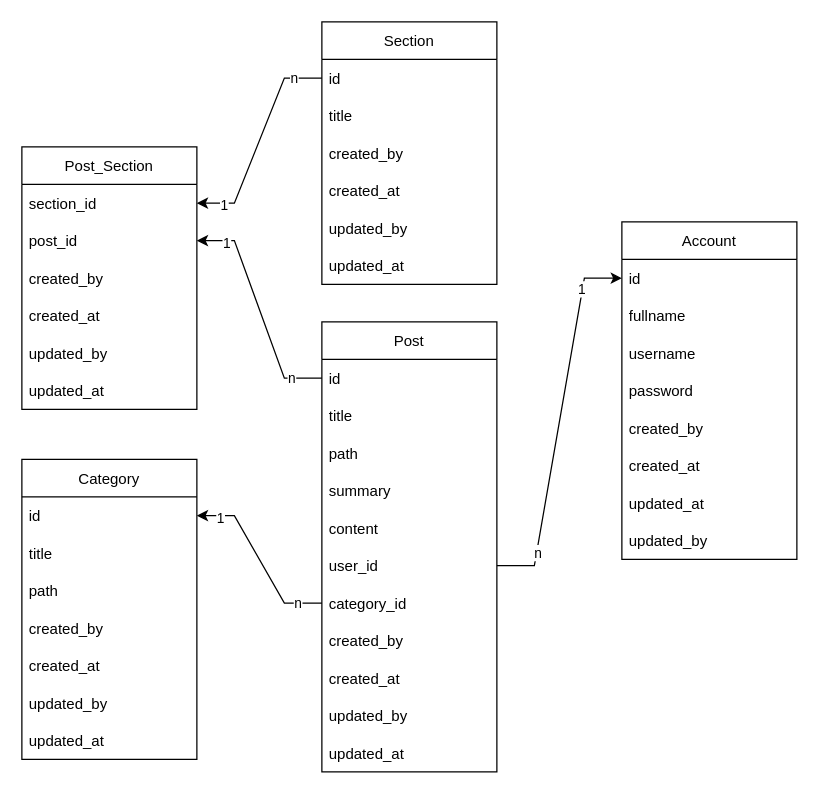
Above: page "Database" (1 of 3) of docs/itblog_draw.drawio in lnvt99/react-java-itblog (draw.io), before the change. Source tidied: cells renumbered, new cells numbered last; positions are measured from the earlier drawing's top-left corner, leaving out a move shared by most shapes. Both pictures are drawn from the tidied source at 125%, with x=0, y=0 at pixel (21, 21).
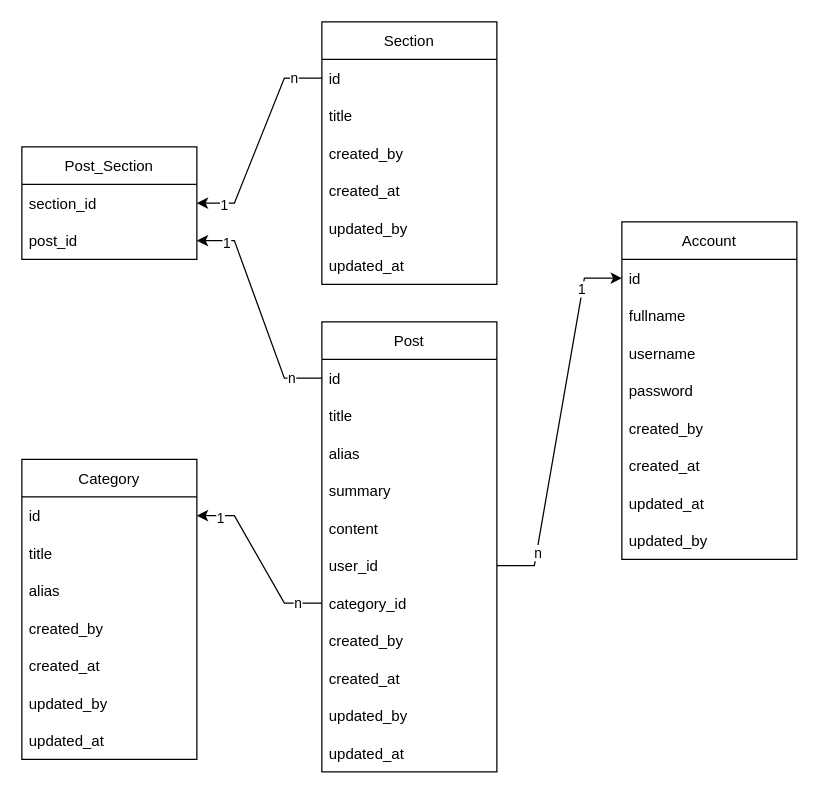
The same page after the edit.

The change refers to these unchanged cells:
```xml
<mxCell id="2" value="Post" style="swimlane;fontStyle=0;horizontal=1;startSize=30;" parent="1" vertex="1">
  <mxGeometry x="240" y="240" width="140" height="360" as="geometry" />
</mxCell>
<mxCell id="14" value="Category" style="swimlane;fontStyle=0;horizontal=1;startSize=30;" parent="1" vertex="1">
  <mxGeometry y="350" width="140" height="240" as="geometry" />
</mxCell>
```

The edit, as a diff of the source:
```diff
@@
-    <mxCell id="5" value="path" style="text;strokeColor=none;fillColor=none;align=left;verticalAlign=middle;spacingLeft=4;spacingRight=4;overflow=hidden;" parent="2" vertex="1">
+    <mxCell id="5" value="alias" style="text;strokeColor=none;fillColor=none;align=left;verticalAlign=middle;spacingLeft=4;spacingRight=4;overflow=hidden;" parent="2" vertex="1">
       <mxGeometry y="90" width="140" height="30" as="geometry" />
     </mxCell>
@@
-    <mxCell id="17" value="path" style="text;strokeColor=none;fillColor=none;align=left;verticalAlign=middle;spacingLeft=4;spacingRight=4;overflow=hidden;" parent="14" vertex="1">
+    <mxCell id="17" value="alias" style="text;strokeColor=none;fillColor=none;align=left;verticalAlign=middle;spacingLeft=4;spacingRight=4;overflow=hidden;" parent="14" vertex="1">
       <mxGeometry y="90" width="140" height="30" as="geometry" />
     </mxCell>
@@
     <mxCell id="44" value="Post_Section" style="swimlane;fontStyle=0;horizontal=1;startSize=30;" parent="1" vertex="1">
-      <mxGeometry y="100" width="140" height="210" as="geometry" />
+      <mxGeometry y="100" width="140" height="90" as="geometry" />
     </mxCell>
@@
-    <mxCell id="47" value="created_by" style="text;strokeColor=none;fillColor=none;align=left;verticalAlign=middle;spacingLeft=4;spacingRight=4;overflow=hidden;" parent="44" vertex="1">
-      <mxGeometry y="90" width="140" height="30" as="geometry" />
-    </mxCell>
-    <mxCell id="48" value="created_at" style="text;strokeColor=none;fillColor=none;align=left;verticalAlign=middle;spacingLeft=4;spacingRight=4;overflow=hidden;" parent="44" vertex="1">
-      <mxGeometry y="120" width="140" height="30" as="geometry" />
-    </mxCell>
-    <mxCell id="49" value="updated_by" style="text;strokeColor=none;fillColor=none;align=left;verticalAlign=middle;spacingLeft=4;spacingRight=4;overflow=hidden;" parent="44" vertex="1">
-      <mxGeometry y="150" width="140" height="30" as="geometry" />
-    </mxCell>
-    <mxCell id="50" value="updated_at" style="text;strokeColor=none;fillColor=none;align=left;verticalAlign=middle;spacingLeft=4;spacingRight=4;overflow=hidden;" parent="44" vertex="1">
-      <mxGeometry y="180" width="140" height="30" as="geometry" />
-    </mxCell>
```
